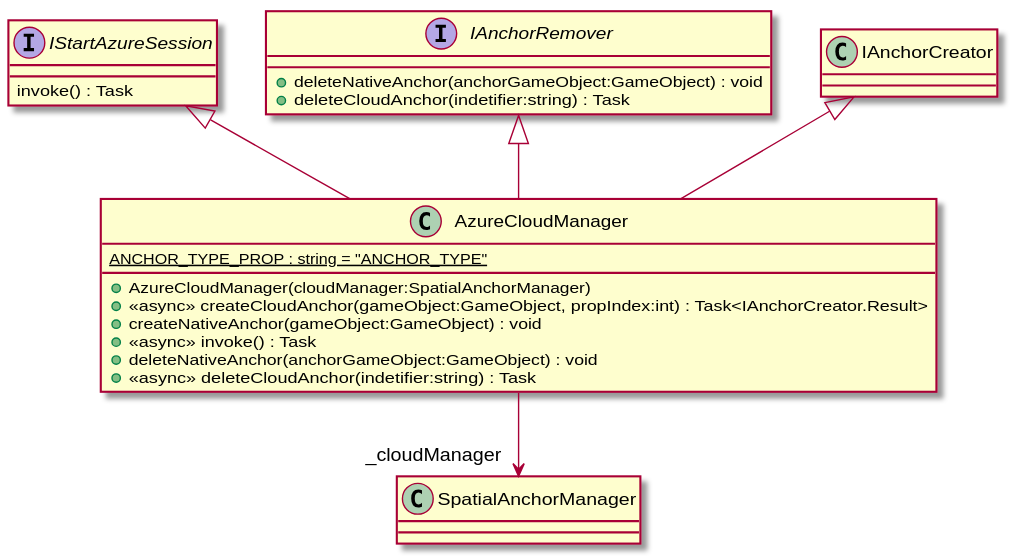
Above: UML/spatiallogic/AzureCloudManager.svg in DeNatur/ProductionFloorVisualization (PlantUML), before the change.
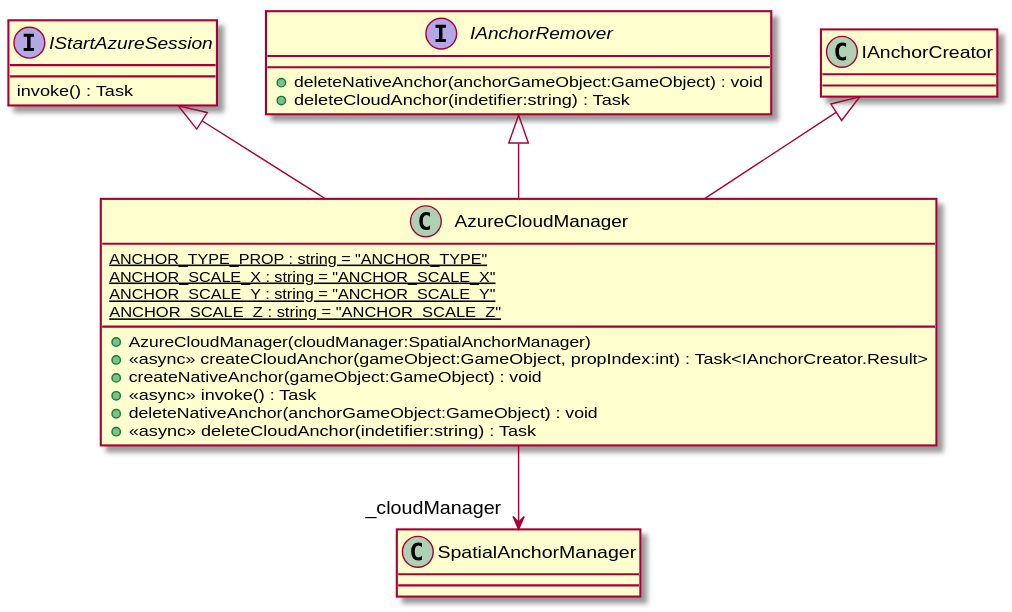
After the change.

Change to the diagram source:
```diff
@@ -8,6 +8,9 @@
 }
 class AzureCloudManager {
     {static} ANCHOR_TYPE_PROP : string = "ANCHOR_TYPE"
+    {static} ANCHOR_SCALE_X : string = "ANCHOR_SCALE_X"
+    {static} ANCHOR_SCALE_Y : string = "ANCHOR_SCALE_Y"
+    {static} ANCHOR_SCALE_Z : string = "ANCHOR_SCALE_Z"
     + AzureCloudManager(cloudManager:SpatialAnchorManager)
     + <<async>> createCloudAnchor(gameObject:GameObject, propIndex:int) : Task<IAnchorCreator.Result>
     + createNativeAnchor(gameObject:GameObject) : void
```
